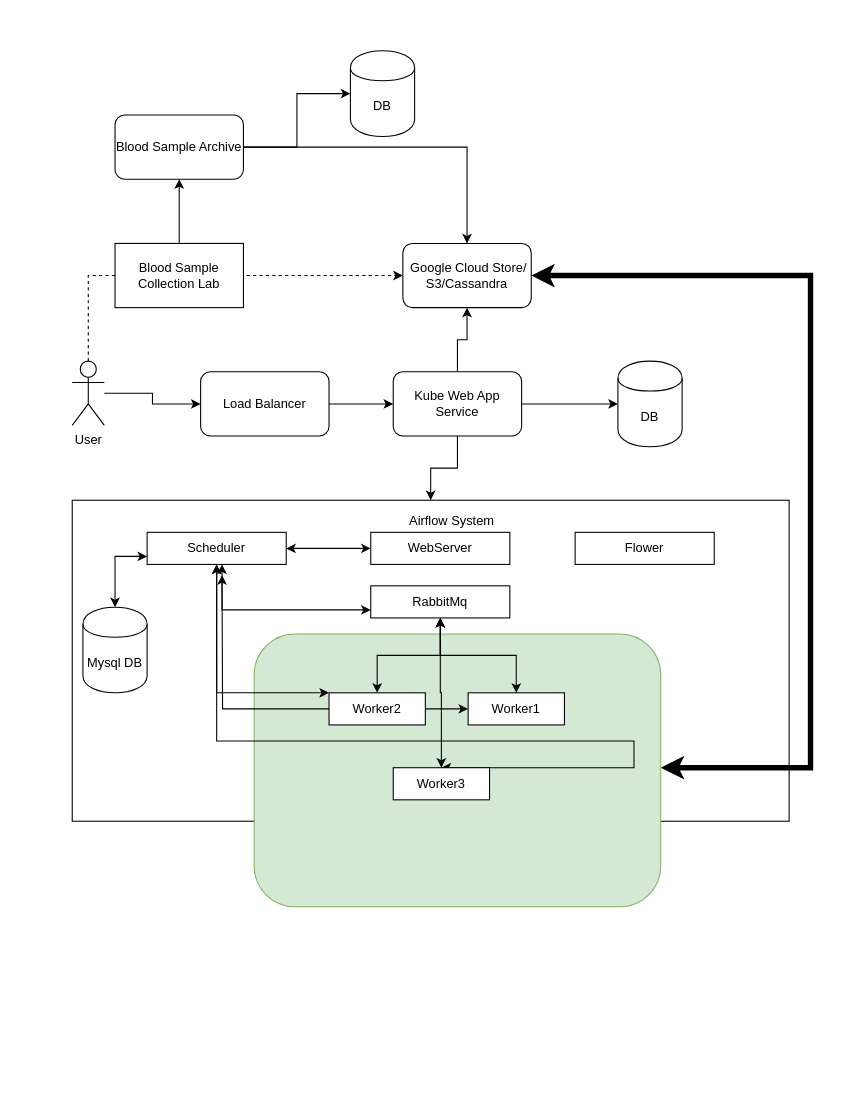
Above: GenomicsProject.drawio in msampathkumar/DrawIO (draw.io), before the change. Source tidied: cells renumbered, new cells numbered last; positions are measured from the earlier drawing's top-left corner, leaving out a move shared by most shapes. Both pictures are drawn from the tidied source at 107%, with x=0, y=0 at pixel (72, 50).
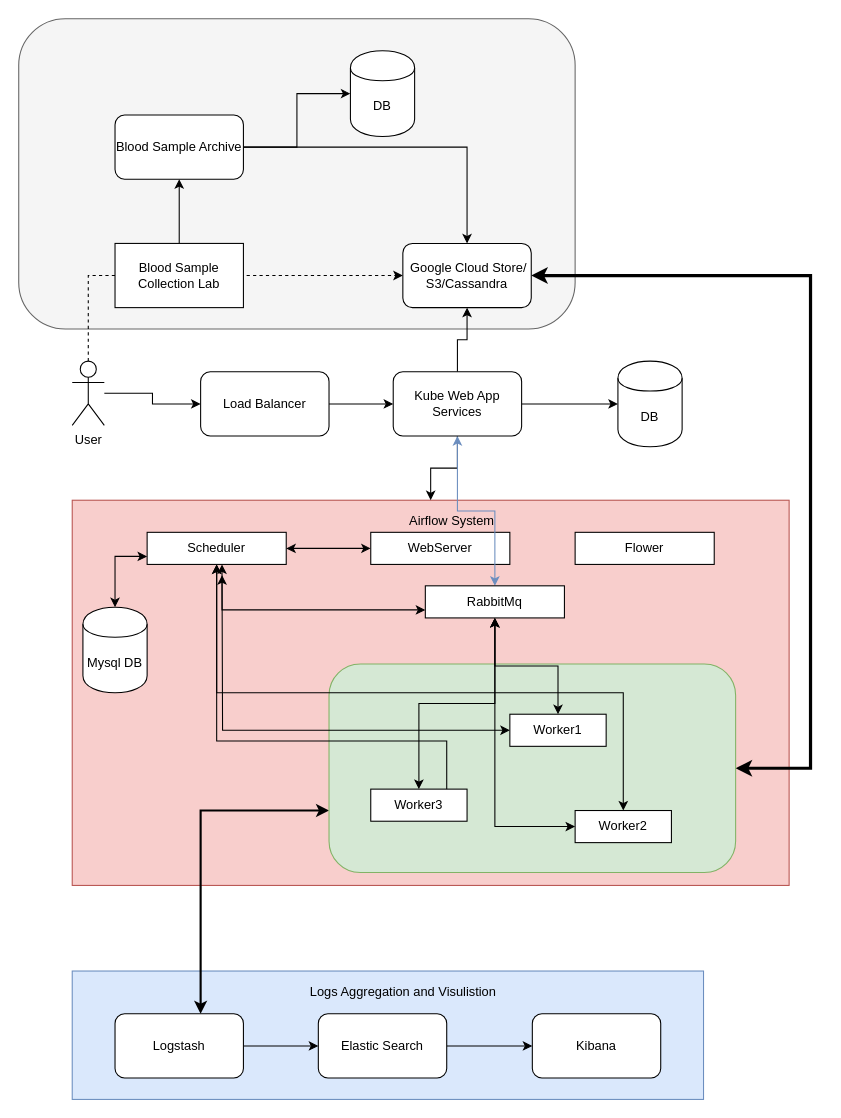
Above is the later version.

The change refers to these unchanged cells:
```xml
<mxCell id="14" value="&amp;nbsp;Google Cloud Store/ S3/Cassandra" style="rounded=1;whiteSpace=wrap;html=1;" parent="1" vertex="1">
  <mxGeometry x="309" y="180" width="120" height="60" as="geometry" />
</mxCell>
<mxCell id="26" value="Scheduler" style="rounded=0;whiteSpace=wrap;html=1;" parent="1" vertex="1">
  <mxGeometry x="70" y="450" width="130" height="30" as="geometry" />
</mxCell>
```

Change to the diagram source:
```diff
@@
+    <mxCell id="40" style="rounded=1;whiteSpace=wrap;html=1;fillColor=#f5f5f5;strokeColor=#666666;fontColor=#333333;" parent="1" vertex="1">
+      <mxGeometry x="-50" y="-30" width="520" height="290" as="geometry" />
+    </mxCell>
+    <mxCell id="41" style="rounded=0;whiteSpace=wrap;html=1;fillColor=#dae8fc;strokeColor=#6c8ebf;" parent="1" vertex="1">
+      <mxGeometry y="860" width="590" height="120" as="geometry" />
+    </mxCell>
-    <mxCell id="2" style="rounded=0;whiteSpace=wrap;html=1;" parent="1" vertex="1">
-      <mxGeometry y="420" width="670" height="300" as="geometry" />
+    <mxCell id="2" style="rounded=0;whiteSpace=wrap;html=1;fillColor=#f8cecc;strokeColor=#b85450;" parent="1" vertex="1">
+      <mxGeometry y="420" width="670" height="360" as="geometry" />
     </mxCell>
-    <mxCell id="3" style="edgeStyle=orthogonalEdgeStyle;rounded=0;jettySize=auto;html=1;entryX=1;entryY=0.5;entryDx=0;entryDy=0;startArrow=classic;startFill=1;strokeWidth=5;" parent="1" edge="1" source="4" target="14">
+    <mxCell id="3" style="edgeStyle=orthogonalEdgeStyle;rounded=0;jettySize=auto;html=1;entryX=1;entryY=0.5;entryDx=0;entryDy=0;startArrow=classic;startFill=1;strokeWidth=3;" parent="1" edge="1" source="4" target="14">
       <mxGeometry relative="1" as="geometry">
         <Array as="points">
           <mxPoint x="690" y="670" />
           <mxPoint x="690" y="210" />
         </Array>
       </mxGeometry>
     </mxCell>
+    <mxCell id="42" style="edgeStyle=orthogonalEdgeStyle;rounded=0;jettySize=auto;html=1;startArrow=classic;startFill=1;strokeColor=#000000;strokeWidth=2;" parent="1" edge="1" source="4" target="45">
+      <mxGeometry relative="1" as="geometry">
+        <Array as="points">
+          <mxPoint x="120" y="710" />
+        </Array>
+      </mxGeometry>
+    </mxCell>
     <mxCell id="4" style="rounded=1;whiteSpace=wrap;html=1;fillColor=#d5e8d4;strokeColor=#82b366;" parent="1" vertex="1">
-      <mxGeometry x="170" y="545" width="380" height="255" as="geometry" />
+      <mxGeometry x="240" y="573" width="380" height="195" as="geometry" />
     </mxCell>
@@
-    <mxCell id="13" value="Kube Web App Service" style="rounded=1;whiteSpace=wrap;html=1;" parent="1" vertex="1">
+    <mxCell id="13" value="Kube Web App Services" style="rounded=1;whiteSpace=wrap;html=1;" parent="1" vertex="1">
       <mxGeometry x="300" y="300" width="120" height="60" as="geometry" />
     </mxCell>
@@
     <mxCell id="25" style="edgeStyle=orthogonalEdgeStyle;rounded=0;jettySize=auto;html=1;entryX=0.5;entryY=0;entryDx=0;entryDy=0;startArrow=classic;startFill=1;" parent="1" edge="1" source="26" target="39">
       <mxGeometry relative="1" as="geometry">
         <Array as="points">
           <mxPoint x="135" y="645" />
-          <mxPoint x="525" y="645" />
+          <mxPoint x="350" y="645" />
+          <mxPoint x="350" y="710" />
         </Array>
       </mxGeometry>
     </mxCell>
@@
+    <mxCell id="43" style="edgeStyle=orthogonalEdgeStyle;rounded=0;jettySize=auto;html=1;startArrow=classic;startFill=1;strokeColor=#6c8ebf;strokeWidth=1;fillColor=#dae8fc;" parent="1" edge="1" source="30" target="13">
+      <mxGeometry relative="1" as="geometry" />
+    </mxCell>
     <mxCell id="30" value="RabbitMq" style="rounded=0;whiteSpace=wrap;html=1;" parent="1" vertex="1">
-      <mxGeometry x="279" y="500" width="130" height="30" as="geometry" />
+      <mxGeometry x="330" y="500" width="130" height="30" as="geometry" />
     </mxCell>
@@
     <mxCell id="35" value="Worker1" style="rounded=0;whiteSpace=wrap;html=1;" parent="1" vertex="1">
-      <mxGeometry x="370" y="600" width="90" height="30" as="geometry" />
+      <mxGeometry x="409" y="620" width="90" height="30" as="geometry" />
     </mxCell>
@@
     <mxCell id="37" value="Worker2" style="rounded=0;whiteSpace=wrap;html=1;" parent="1" vertex="1">
-      <mxGeometry x="240" y="600" width="90" height="30" as="geometry" />
+      <mxGeometry x="470" y="710" width="90" height="30" as="geometry" />
     </mxCell>
@@
     <mxCell id="39" value="Worker3" style="rounded=0;whiteSpace=wrap;html=1;" parent="1" vertex="1">
-      <mxGeometry x="300" y="670" width="90" height="30" as="geometry" />
+      <mxGeometry x="279" y="690" width="90" height="30" as="geometry" />
     </mxCell>
+    <mxCell id="44" style="edgeStyle=orthogonalEdgeStyle;rounded=0;jettySize=auto;html=1;" parent="1" edge="1" source="45" target="47">
+      <mxGeometry relative="1" as="geometry" />
+    </mxCell>
+    <mxCell id="45" value="Logstash" style="rounded=1;whiteSpace=wrap;html=1;" parent="1" vertex="1">
+      <mxGeometry x="40" y="900" width="120" height="60" as="geometry" />
+    </mxCell>
+    <mxCell id="46" style="edgeStyle=orthogonalEdgeStyle;rounded=0;jettySize=auto;html=1;" parent="1" edge="1" source="47" target="48">
+      <mxGeometry relative="1" as="geometry" />
+    </mxCell>
+    <mxCell id="47" value="Elastic Search" style="rounded=1;whiteSpace=wrap;html=1;" parent="1" vertex="1">
+      <mxGeometry x="230" y="900" width="120" height="60" as="geometry" />
+    </mxCell>
+    <mxCell id="48" value="Kibana" style="rounded=1;whiteSpace=wrap;html=1;" parent="1" vertex="1">
+      <mxGeometry x="430" y="900" width="120" height="60" as="geometry" />
+    </mxCell>
+    <mxCell id="49" value="Logs Aggregation and Visulistion" style="text;html=1;strokeColor=none;fillColor=none;align=center;verticalAlign=middle;whiteSpace=wrap;rounded=0;" parent="1" vertex="1">
+      <mxGeometry x="199" y="870" width="221" height="20" as="geometry" />
+    </mxCell>
```
